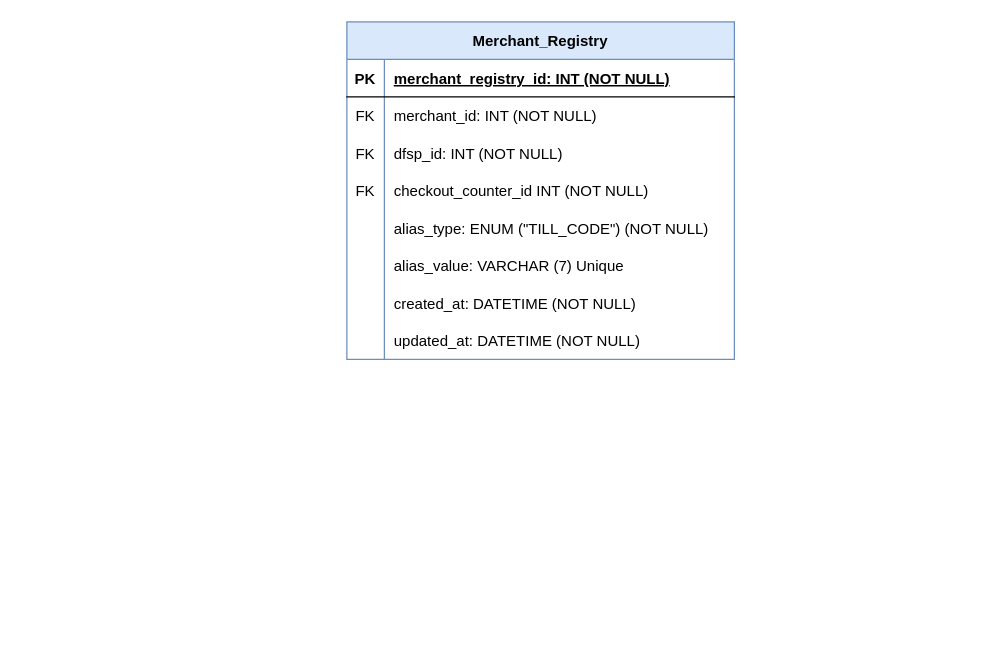
Before: page "MerchantRegistryDB" (2 of 2) of user stories and requirements/ThitsaWorks-Merchant-Registry-ER-Diagram-2023-05-31.drawio in mojaloop/merchant-payment-docs, a draw.io diagram. Source tidied: cells renumbered, new cells numbered last; positions are measured from the earlier drawing's top-left corner, leaving out a move shared by most shapes. Both pictures are drawn from the tidied source at 125%, with x=0, y=0 at pixel (346, 21).
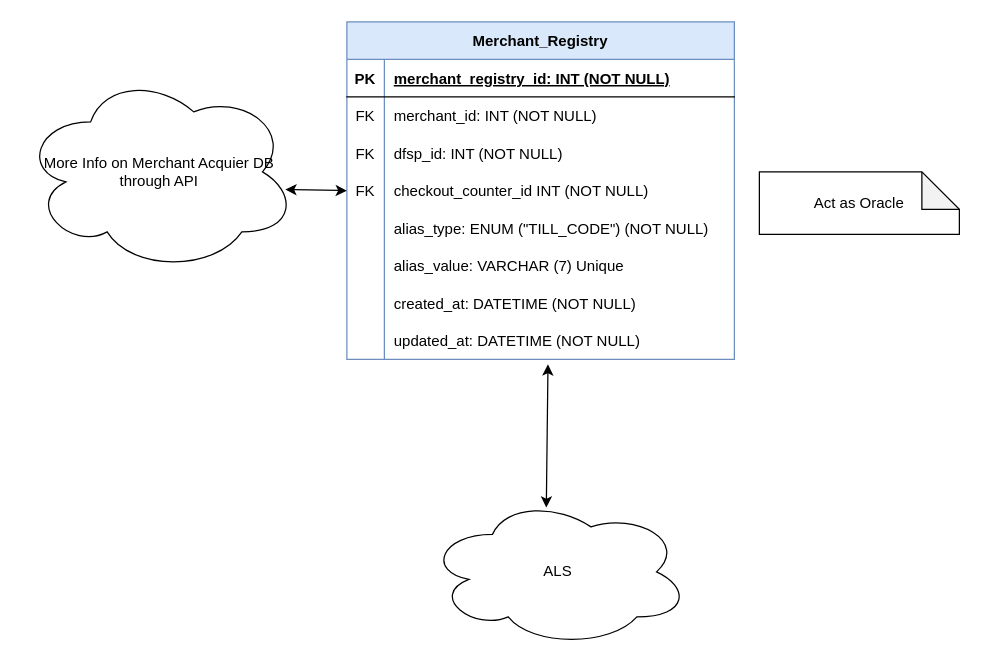
After the change.

Commit message (it also covers changes not shown here):
Separate Location to Merchant_Location and Business_Person_Location, and Checkout_Counter links

The change refers to these unchanged cells:
```xml
<mxCell id="12" style="shape=partialRectangle;fillColor=none;points=[[0,0.5],[1,0.5]];portConstraint=eastwest;top=0;left=0;right=0;bottom=0;" parent="2" vertex="1">
  <mxGeometry y="120" width="310" height="30" as="geometry" />
</mxCell>
<mxCell id="24" style="shape=partialRectangle;fillColor=none;points=[[0,0.5],[1,0.5]];portConstraint=eastwest;top=0;left=0;right=0;bottom=0;" parent="2" vertex="1">
  <mxGeometry y="240" width="310" height="30" as="geometry" />
</mxCell>
```

Change to the diagram source:
```diff
@@
+    <mxCell id="27" value="ALS" style="ellipse;shape=cloud;whiteSpace=wrap;html=1;" parent="1" vertex="1">
+      <mxGeometry x="64" y="380" width="210" height="120" as="geometry" />
+    </mxCell>
+    <mxCell id="28" style="endArrow=classic;startArrow=classic;html=1;rounded=0;exitX=0.519;exitY=1.133;exitDx=0;exitDy=0;exitPerimeter=0;entryX=0.455;entryY=0.071;entryDx=0;entryDy=0;entryPerimeter=0;" parent="1" edge="1" source="24" target="27">
+      <mxGeometry relative="1" as="geometry" />
+    </mxCell>
+    <mxCell id="29" value="More Info on Merchant Acquier DB&lt;br&gt;through API" style="ellipse;shape=cloud;whiteSpace=wrap;html=1;" parent="1" vertex="1">
+      <mxGeometry x="-260" y="40" width="220" height="160" as="geometry" />
+    </mxCell>
+    <mxCell id="30" style="endArrow=classic;startArrow=classic;html=1;rounded=0;exitX=0.958;exitY=0.588;exitDx=0;exitDy=0;exitPerimeter=0;entryX=0;entryY=0.5;entryDx=0;entryDy=0;" parent="1" edge="1" source="29" target="12">
+      <mxGeometry relative="1" as="geometry" />
+    </mxCell>
+    <mxCell id="31" value="Act as Oracle" style="shape=note;whiteSpace=wrap;html=1;backgroundOutline=1;darkOpacity=0.05;" parent="1" vertex="1">
+      <mxGeometry x="330" y="120" width="160" height="50" as="geometry" />
+    </mxCell>
```
